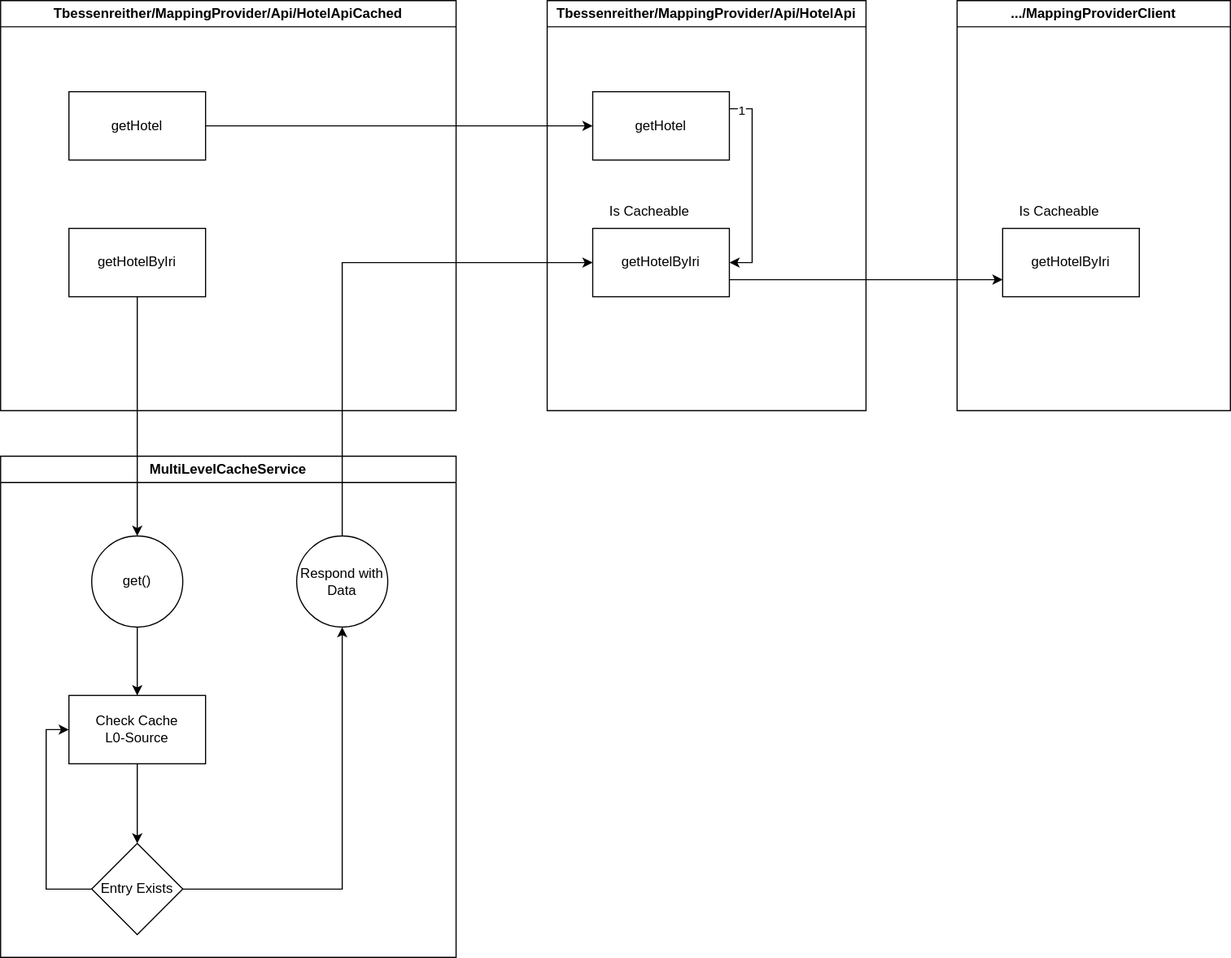
The draw.io diagram documentation/images/svg/CacheGeneratorPrinciple.svg in tbessenreither/multi-level-cache, before a commit. Source tidied: cells renumbered, new cells last; positions are measured from the earlier drawing's top-left corner, leaving out a move shared by most shapes.
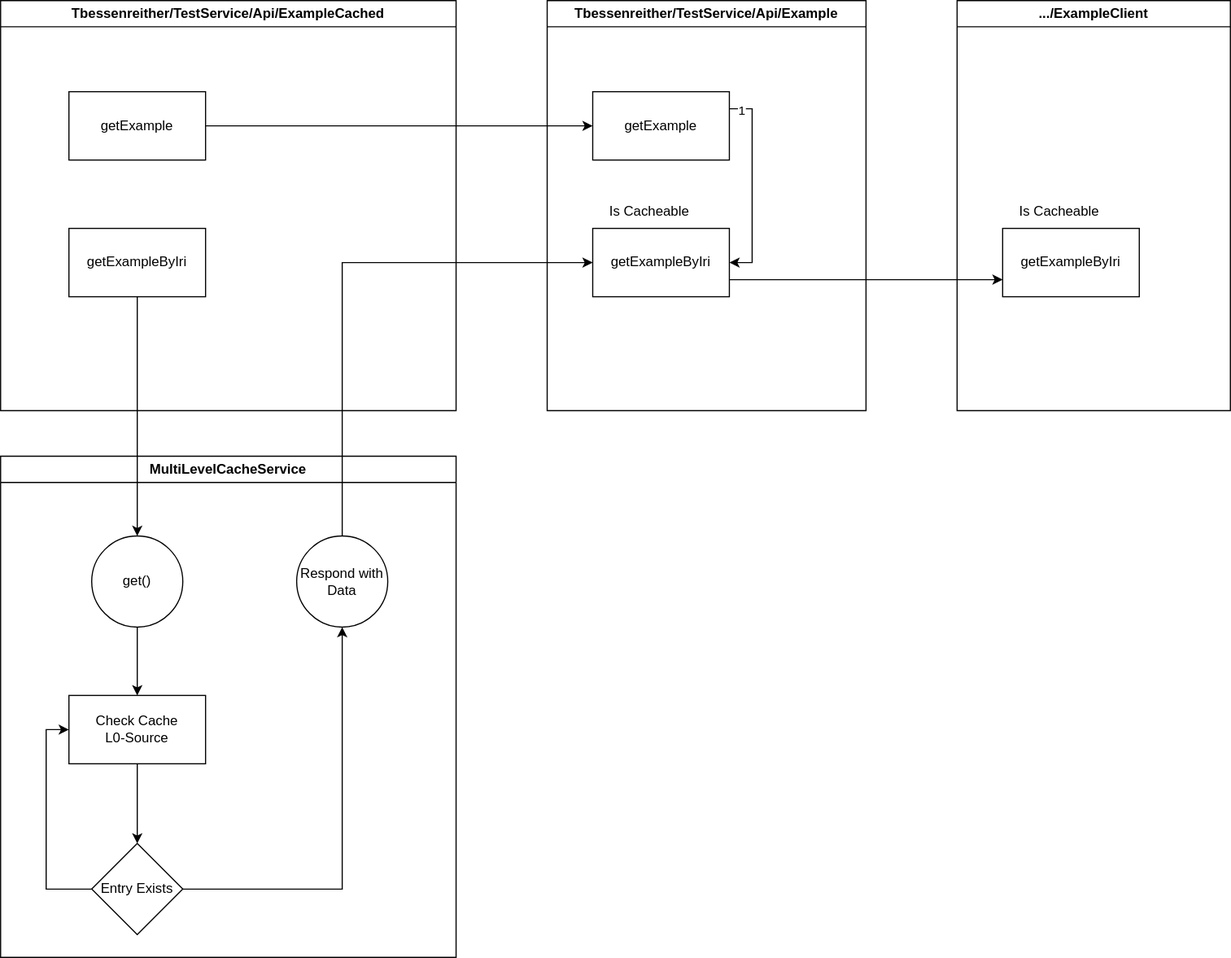
After the commit.

The edit, as a diff of the source:
```diff
@@ -2,7 +2,7 @@
   <root>
     <mxCell id="0" />
     <mxCell id="1" parent="0" />
-    <mxCell id="2" value="Tbessenreither/MappingProvider/Api/HotelApi" style="swimlane;whiteSpace=wrap;html=1;" parent="1" vertex="1">
+    <mxCell id="2" value="Tbessenreither/TestService/Api/Example" style="swimlane;whiteSpace=wrap;html=1;" parent="1" vertex="1">
       <mxGeometry x="480" width="280" height="360" as="geometry" />
     </mxCell>
     <mxCell id="3" style="edgeStyle=orthogonalEdgeStyle;rounded=0;jettySize=auto;html=1;entryX=1;entryY=0.5;entryDx=0;entryDy=0;exitX=1;exitY=0.25;exitDx=0;exitDy=0;" parent="2" edge="1" source="5" target="7">
@@ -11,37 +11,37 @@
     <mxCell id="4" value="1" style="edgeLabel;html=1;align=center;verticalAlign=middle;" parent="3" vertex="1">
       <mxGeometry x="-0.89" y="-1" relative="1" as="geometry" />
     </mxCell>
-    <mxCell id="5" value="getHotel" style="rounded=0;whiteSpace=wrap;html=1;" parent="2" vertex="1">
+    <mxCell id="5" value="getExample" style="rounded=0;whiteSpace=wrap;html=1;" parent="2" vertex="1">
       <mxGeometry x="40" y="80" width="120" height="60" as="geometry" />
     </mxCell>
     <mxCell id="6" style="group;" parent="2" vertex="1">
       <mxGeometry x="40" y="170" width="120" height="90" as="geometry" />
     </mxCell>
-    <mxCell id="7" value="getHotelByIri" style="rounded=0;whiteSpace=wrap;html=1;" parent="6" vertex="1">
+    <mxCell id="7" value="getExampleByIri" style="rounded=0;whiteSpace=wrap;html=1;" parent="6" vertex="1">
       <mxGeometry y="30" width="120" height="60" as="geometry" />
     </mxCell>
     <mxCell id="8" value="Is Cacheable" style="text;html=1;whiteSpace=wrap;strokeColor=none;fillColor=none;align=center;verticalAlign=middle;rounded=0;" parent="6" vertex="1">
       <mxGeometry width="100" height="30" as="geometry" />
     </mxCell>
-    <mxCell id="9" value="Tbessenreither/MappingProvider/Api/HotelApiCached" style="swimlane;whiteSpace=wrap;html=1;startSize=23;" parent="1" vertex="1">
+    <mxCell id="9" value="Tbessenreither/TestService/Api/ExampleCached" style="swimlane;whiteSpace=wrap;html=1;startSize=23;" parent="1" vertex="1">
       <mxGeometry width="400" height="360" as="geometry" />
     </mxCell>
-    <mxCell id="10" value="getHotel" style="rounded=0;whiteSpace=wrap;html=1;" parent="9" vertex="1">
+    <mxCell id="10" value="getExample" style="rounded=0;whiteSpace=wrap;html=1;" parent="9" vertex="1">
       <mxGeometry x="60" y="80" width="120" height="60" as="geometry" />
     </mxCell>
-    <mxCell id="11" value="getHotelByIri" style="rounded=0;whiteSpace=wrap;html=1;" parent="9" vertex="1">
+    <mxCell id="11" value="getExampleByIri" style="rounded=0;whiteSpace=wrap;html=1;" parent="9" vertex="1">
       <mxGeometry x="60" y="200" width="120" height="60" as="geometry" />
     </mxCell>
     <mxCell id="12" style="edgeStyle=orthogonalEdgeStyle;rounded=0;jettySize=auto;html=1;" parent="1" edge="1" source="10" target="5">
       <mxGeometry relative="1" as="geometry" />
     </mxCell>
-    <mxCell id="13" value=".../MappingProviderClient" style="swimlane;whiteSpace=wrap;html=1;" parent="1" vertex="1">
+    <mxCell id="13" value=".../ExampleClient" style="swimlane;whiteSpace=wrap;html=1;" parent="1" vertex="1">
       <mxGeometry x="840" width="240" height="360" as="geometry" />
     </mxCell>
     <mxCell id="14" style="group;" parent="13" vertex="1">
       <mxGeometry x="40" y="170" width="120" height="90" as="geometry" />
     </mxCell>
-    <mxCell id="15" value="getHotelByIri" style="rounded=0;whiteSpace=wrap;html=1;" parent="14" vertex="1">
+    <mxCell id="15" value="getExampleByIri" style="rounded=0;whiteSpace=wrap;html=1;" parent="14" vertex="1">
       <mxGeometry y="30" width="120" height="60" as="geometry" />
     </mxCell>
     <mxCell id="16" value="Is Cacheable" style="text;html=1;whiteSpace=wrap;strokeColor=none;fillColor=none;align=center;verticalAlign=middle;rounded=0;" parent="14" vertex="1">
```
